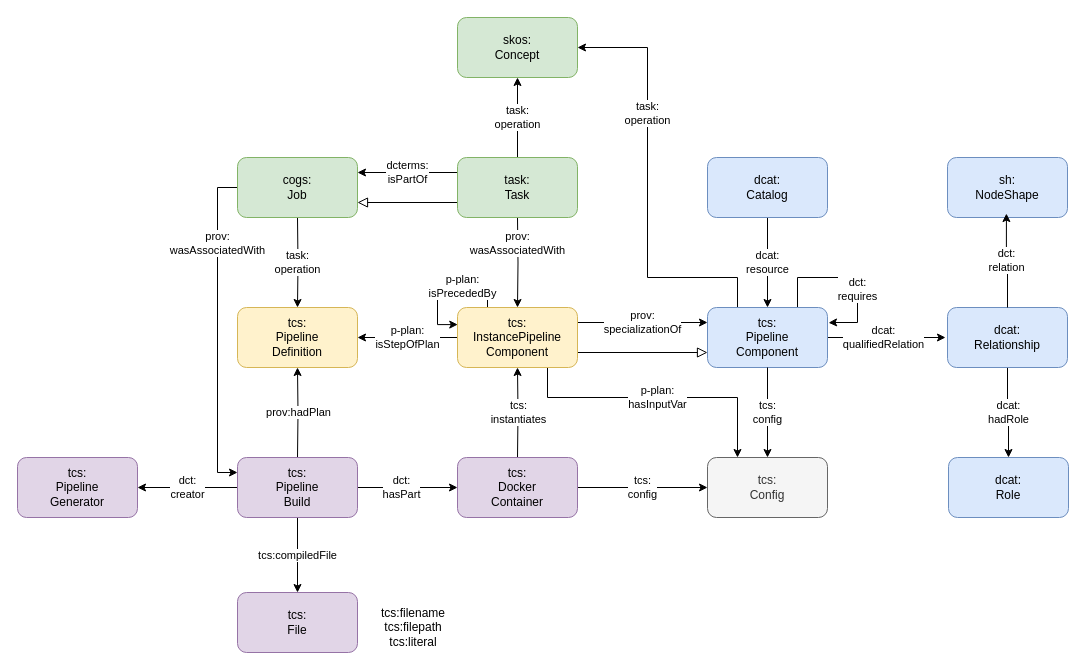
Above: page "toolchain model" (1 of 4) of semantic model/diagrams/diagrams.drawio in thcarsten/toolchain-specification (draw.io), before the change. Source tidied: cells renumbered, new cells numbered last; positions are measured from the earlier drawing's top-left corner, leaving out a move shared by most shapes. Both pictures are drawn from the tidied source at 100%, with x=0, y=0 at pixel (17, 17).
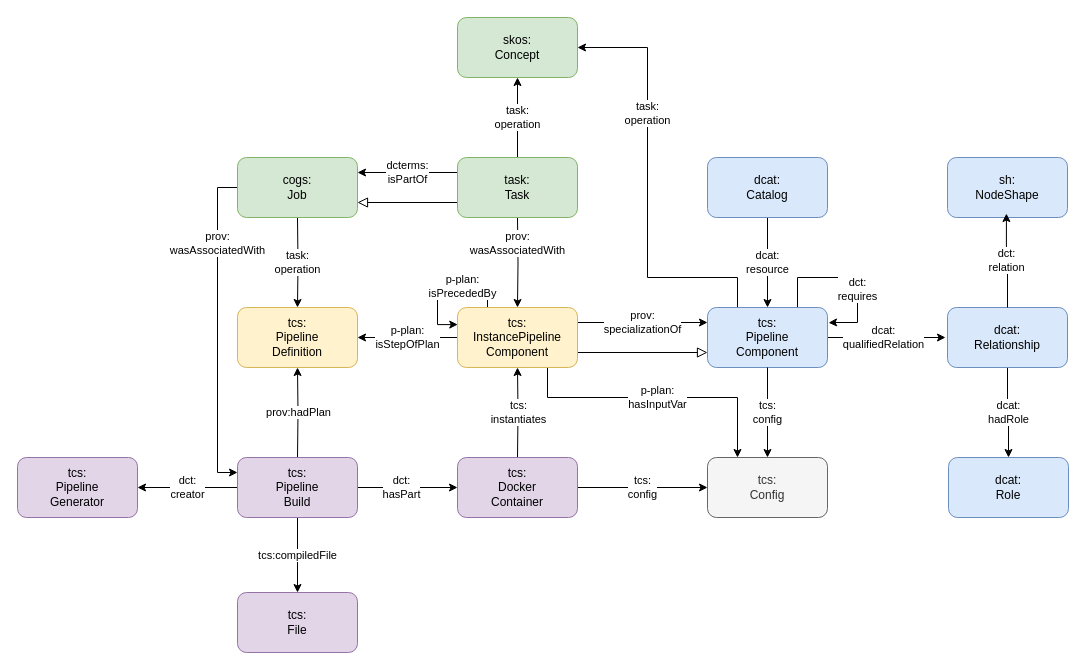
The same diagram, later.

What changed in the source:
```diff
@@
-    <mxCell id="41" value="tcs:filename&lt;div&gt;tcs:filepath&lt;/div&gt;&lt;div&gt;tcs:literal&lt;/div&gt;" style="text;html=1;align=center;verticalAlign=middle;whiteSpace=wrap;rounded=0;" parent="1" vertex="1">
-      <mxGeometry x="366" y="595" width="60" height="30" as="geometry" />
-    </mxCell>
```
